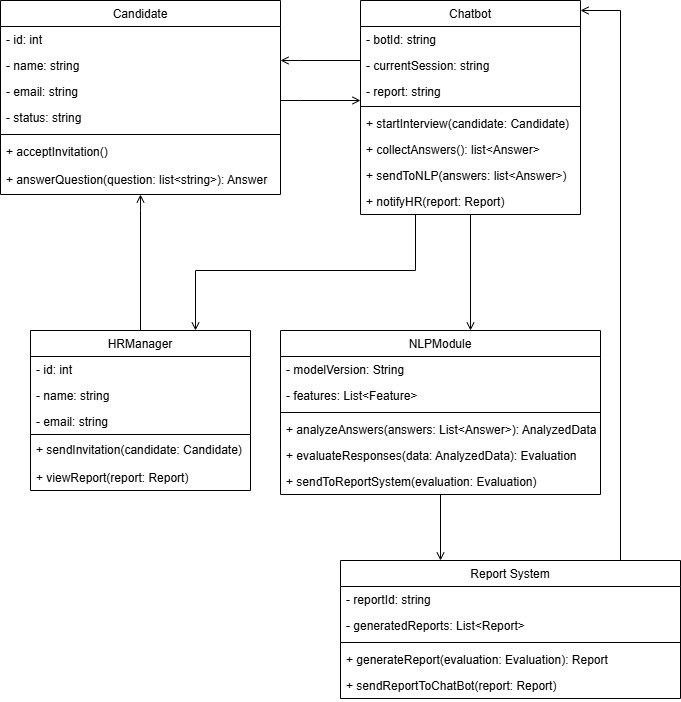
The draw.io diagram Диаграмма классов.drawio.png in Evgeny-Yakovlev73/Diagramms, before a commit. Source tidied: cells renumbered, new cells last; positions are measured from the earlier drawing's top-left corner, leaving out a move shared by most shapes.
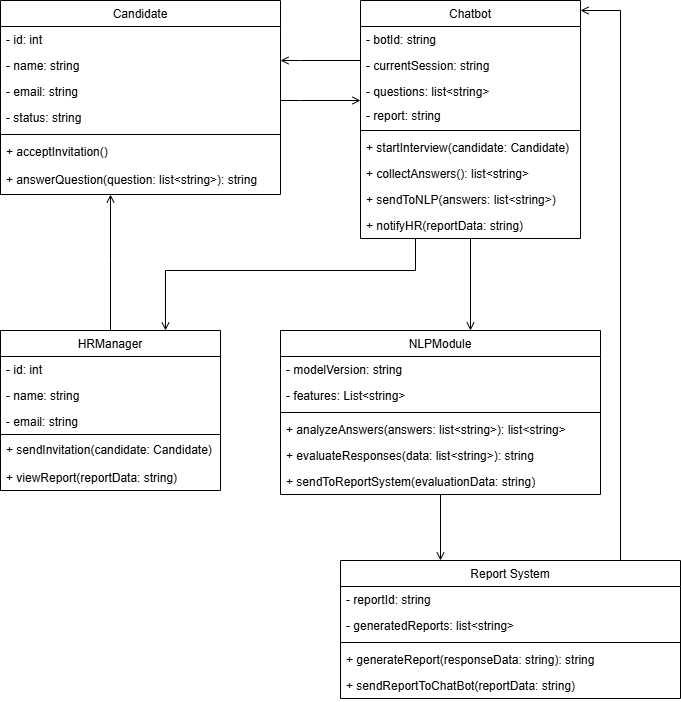
The same diagram one commit later.

The edit, as a diff of the source:
```diff
@@ -23,7 +23,7 @@
     <mxCell id="8" value="+ acceptInvitation()" style="text;align=left;verticalAlign=top;spacingLeft=4;spacingRight=4;overflow=hidden;" parent="2" vertex="1">
       <mxGeometry y="138" width="280" height="28" as="geometry" />
     </mxCell>
-    <mxCell id="9" value="+ answerQuestion(question: list&lt;string&gt;): Answer" style="text;align=left;verticalAlign=top;spacingLeft=4;spacingRight=4;overflow=hidden;" parent="2" vertex="1">
+    <mxCell id="9" value="+ answerQuestion(question: list&lt;string&gt;): string" style="text;align=left;verticalAlign=top;spacingLeft=4;spacingRight=4;overflow=hidden;" parent="2" vertex="1">
       <mxGeometry y="166" width="280" height="28" as="geometry" />
     </mxCell>
     <mxCell id="10" value="Report System" style="swimlane;fontStyle=0;align=center;verticalAlign=top;horizontal=1;startSize=26;rounded=0;shadow=0;strokeWidth=1;" parent="1" vertex="1">
@@ -32,20 +32,20 @@
     <mxCell id="11" value="- reportId: string" style="text;align=left;verticalAlign=top;spacingLeft=4;spacingRight=4;overflow=hidden;" parent="10" vertex="1">
       <mxGeometry y="26" width="340" height="26" as="geometry" />
     </mxCell>
-    <mxCell id="12" value="- generatedReports: List&lt;Report&gt;" style="text;align=left;verticalAlign=top;spacingLeft=4;spacingRight=4;overflow=hidden;" parent="10" vertex="1">
+    <mxCell id="12" value="- generatedReports: list&lt;string&gt;" style="text;align=left;verticalAlign=top;spacingLeft=4;spacingRight=4;overflow=hidden;" parent="10" vertex="1">
       <mxGeometry y="52" width="340" height="26" as="geometry" />
     </mxCell>
     <mxCell id="13" style="line;html=1;strokeWidth=1;align=left;verticalAlign=middle;spacingTop=-1;spacingLeft=3;spacingRight=3;labelPosition=right;" parent="10" vertex="1">
       <mxGeometry y="78" width="340" height="8" as="geometry" />
     </mxCell>
-    <mxCell id="14" value="+ generateReport(evaluation: Evaluation): Report" style="text;align=left;verticalAlign=top;spacingLeft=4;spacingRight=4;overflow=hidden;fontStyle=0;" parent="10" vertex="1">
+    <mxCell id="14" value="+ generateReport(responseData: string): string" style="text;align=left;verticalAlign=top;spacingLeft=4;spacingRight=4;overflow=hidden;fontStyle=0;" parent="10" vertex="1">
       <mxGeometry y="86" width="340" height="26" as="geometry" />
     </mxCell>
-    <mxCell id="15" value="+ sendReportToChatBot(report: Report)" style="text;align=left;verticalAlign=top;spacingLeft=4;spacingRight=4;overflow=hidden;" parent="10" vertex="1">
+    <mxCell id="15" value="+ sendReportToChatBot(reportData: string)" style="text;align=left;verticalAlign=top;spacingLeft=4;spacingRight=4;overflow=hidden;" parent="10" vertex="1">
       <mxGeometry y="112" width="340" height="26" as="geometry" />
     </mxCell>
     <mxCell id="16" value="Chatbot" style="swimlane;fontStyle=0;align=center;verticalAlign=top;horizontal=1;startSize=26;rounded=0;shadow=0;strokeWidth=1;" parent="1" vertex="1">
-      <mxGeometry x="360" width="220" height="214" as="geometry" />
+      <mxGeometry x="360" width="220" height="238" as="geometry" />
     </mxCell>
     <mxCell id="17" value="- botId: string" style="text;align=left;verticalAlign=top;spacingLeft=4;spacingRight=4;overflow=hidden;" parent="16" vertex="1">
       <mxGeometry y="26" width="220" height="26" as="geometry" />
@@ -53,23 +53,26 @@
     <mxCell id="18" value="- currentSession: string" style="text;align=left;verticalAlign=top;spacingLeft=4;spacingRight=4;overflow=hidden;labelBackgroundColor=none;" parent="16" vertex="1">
       <mxGeometry y="52" width="220" height="26" as="geometry" />
     </mxCell>
+    <mxCell id="46" value="- questions: list&lt;string&gt;" style="text;align=left;verticalAlign=top;spacingLeft=4;spacingRight=4;overflow=hidden;rounded=0;shadow=0;html=0;" parent="16" vertex="1">
+      <mxGeometry y="78" width="220" height="24" as="geometry" />
+    </mxCell>
     <mxCell id="19" value="- report: string" style="text;align=left;verticalAlign=top;spacingLeft=4;spacingRight=4;overflow=hidden;rounded=0;shadow=0;html=0;" parent="16" vertex="1">
-      <mxGeometry y="78" width="220" height="24" as="geometry" />
+      <mxGeometry y="102" width="220" height="24" as="geometry" />
     </mxCell>
     <mxCell id="20" style="line;html=1;strokeWidth=1;align=left;verticalAlign=middle;spacingTop=-1;spacingLeft=3;spacingRight=3;labelPosition=right;" parent="16" vertex="1">
-      <mxGeometry y="102" width="220" height="8" as="geometry" />
+      <mxGeometry y="126" width="220" height="8" as="geometry" />
     </mxCell>
     <mxCell id="21" value="+ startInterview(candidate: Candidate)" style="text;align=left;verticalAlign=top;spacingLeft=4;spacingRight=4;overflow=hidden;" parent="16" vertex="1">
-      <mxGeometry y="110" width="220" height="26" as="geometry" />
+      <mxGeometry y="134" width="220" height="26" as="geometry" />
     </mxCell>
-    <mxCell id="22" value="+ collectAnswers(): list&lt;Answer&gt;" style="text;align=left;verticalAlign=top;spacingLeft=4;spacingRight=4;overflow=hidden;" parent="16" vertex="1">
-      <mxGeometry y="136" width="220" height="26" as="geometry" />
+    <mxCell id="22" value="+ collectAnswers(): list&lt;string&gt;" style="text;align=left;verticalAlign=top;spacingLeft=4;spacingRight=4;overflow=hidden;" parent="16" vertex="1">
+      <mxGeometry y="160" width="220" height="26" as="geometry" />
     </mxCell>
-    <mxCell id="23" value="+ sendToNLP(answers: list&lt;Answer&gt;)" style="text;align=left;verticalAlign=top;spacingLeft=4;spacingRight=4;overflow=hidden;rounded=0;shadow=0;html=0;" parent="16" vertex="1">
-      <mxGeometry y="162" width="220" height="26" as="geometry" />
+    <mxCell id="23" value="+ sendToNLP(answers: list&lt;string&gt;)" style="text;align=left;verticalAlign=top;spacingLeft=4;spacingRight=4;overflow=hidden;rounded=0;shadow=0;html=0;" parent="16" vertex="1">
+      <mxGeometry y="186" width="220" height="26" as="geometry" />
     </mxCell>
-    <mxCell id="24" value="+ notifyHR(report: Report)" style="text;align=left;verticalAlign=top;spacingLeft=4;spacingRight=4;overflow=hidden;rounded=0;shadow=0;html=0;" parent="16" vertex="1">
-      <mxGeometry y="188" width="220" height="26" as="geometry" />
+    <mxCell id="24" value="+ notifyHR(reportData: string)" style="text;align=left;verticalAlign=top;spacingLeft=4;spacingRight=4;overflow=hidden;rounded=0;shadow=0;html=0;" parent="16" vertex="1">
+      <mxGeometry y="212" width="220" height="26" as="geometry" />
     </mxCell>
     <mxCell id="25" style="endArrow=open;shadow=0;strokeWidth=1;rounded=0;curved=0;endFill=1;edgeStyle=elbowEdgeStyle;elbow=vertical;" parent="1" edge="1" source="2" target="16">
       <mxGeometry x="0.5" y="41" relative="1" as="geometry">
@@ -82,22 +85,22 @@
     <mxCell id="26" value="NLPModule" style="swimlane;fontStyle=0;align=center;verticalAlign=top;horizontal=1;startSize=26;rounded=0;shadow=0;strokeWidth=1;" parent="1" vertex="1">
       <mxGeometry x="280" y="330" width="320" height="164" as="geometry" />
     </mxCell>
-    <mxCell id="27" value="- modelVersion: String" style="text;align=left;verticalAlign=top;spacingLeft=4;spacingRight=4;overflow=hidden;fontColor=#000000;" parent="26" vertex="1">
+    <mxCell id="27" value="- modelVersion: string" style="text;align=left;verticalAlign=top;spacingLeft=4;spacingRight=4;overflow=hidden;fontColor=#000000;" parent="26" vertex="1">
       <mxGeometry y="26" width="320" height="26" as="geometry" />
     </mxCell>
-    <mxCell id="28" value="- features: List&lt;Feature&gt;" style="text;align=left;verticalAlign=top;spacingLeft=4;spacingRight=4;overflow=hidden;fontColor=#000000;" parent="26" vertex="1">
+    <mxCell id="28" value="- features: List&lt;string&gt;" style="text;align=left;verticalAlign=top;spacingLeft=4;spacingRight=4;overflow=hidden;fontColor=#000000;" parent="26" vertex="1">
       <mxGeometry y="52" width="320" height="26" as="geometry" />
     </mxCell>
     <mxCell id="29" style="line;html=1;strokeWidth=1;align=left;verticalAlign=middle;spacingTop=-1;spacingLeft=3;spacingRight=3;labelPosition=right;" parent="26" vertex="1">
       <mxGeometry y="78" width="320" height="8" as="geometry" />
     </mxCell>
-    <mxCell id="30" value="+ analyzeAnswers(answers: List&lt;Answer&gt;): AnalyzedData" style="text;align=left;verticalAlign=top;spacingLeft=4;spacingRight=4;overflow=hidden;" parent="26" vertex="1">
+    <mxCell id="30" value="+ analyzeAnswers(answers: list&lt;string&gt;): list&lt;string&gt;" style="text;align=left;verticalAlign=top;spacingLeft=4;spacingRight=4;overflow=hidden;" parent="26" vertex="1">
       <mxGeometry y="86" width="320" height="26" as="geometry" />
     </mxCell>
-    <mxCell id="31" value="+ evaluateResponses(data: AnalyzedData): Evaluation" style="text;align=left;verticalAlign=top;spacingLeft=4;spacingRight=4;overflow=hidden;rounded=0;shadow=0;html=0;" parent="26" vertex="1">
+    <mxCell id="31" value="+ evaluateResponses(data: list&lt;string&gt;): string" style="text;align=left;verticalAlign=top;spacingLeft=4;spacingRight=4;overflow=hidden;rounded=0;shadow=0;html=0;" parent="26" vertex="1">
       <mxGeometry y="112" width="320" height="26" as="geometry" />
     </mxCell>
-    <mxCell id="32" value="+ sendToReportSystem(evaluation: Evaluation)" style="text;align=left;verticalAlign=top;spacingLeft=4;spacingRight=4;overflow=hidden;rounded=0;shadow=0;html=0;" parent="26" vertex="1">
+    <mxCell id="32" value="+ sendToReportSystem(evaluationData: string)" style="text;align=left;verticalAlign=top;spacingLeft=4;spacingRight=4;overflow=hidden;rounded=0;shadow=0;html=0;" parent="26" vertex="1">
       <mxGeometry y="138" width="320" height="26" as="geometry" />
     </mxCell>
     <mxCell id="33" style="endArrow=open;shadow=0;strokeWidth=1;rounded=0;curved=0;endFill=1;edgeStyle=elbowEdgeStyle;elbow=vertical;" parent="1" edge="1" source="16" target="26">
@@ -117,7 +120,7 @@
       </mxGeometry>
     </mxCell>
     <mxCell id="35" value="HRManager" style="swimlane;fontStyle=0;align=center;verticalAlign=top;horizontal=1;startSize=26;rounded=0;shadow=0;strokeWidth=1;" parent="1" vertex="1">
-      <mxGeometry x="30" y="330" width="220" height="160" as="geometry" />
+      <mxGeometry y="330" width="220" height="160" as="geometry" />
     </mxCell>
     <mxCell id="36" value="- id: int" style="text;align=left;verticalAlign=top;spacingLeft=4;spacingRight=4;overflow=hidden;" parent="35" vertex="1">
       <mxGeometry y="26" width="220" height="26" as="geometry" />
@@ -134,13 +137,13 @@
     <mxCell id="40" value="+ sendInvitation(candidate: Candidate)" style="text;align=left;verticalAlign=top;spacingLeft=4;spacingRight=4;overflow=hidden;" parent="35" vertex="1">
       <mxGeometry y="106" width="220" height="28" as="geometry" />
     </mxCell>
-    <mxCell id="41" value="+ viewReport(report: Report)" style="text;align=left;verticalAlign=top;spacingLeft=4;spacingRight=4;overflow=hidden;" parent="35" vertex="1">
+    <mxCell id="41" value="+ viewReport(reportData: string)" style="text;align=left;verticalAlign=top;spacingLeft=4;spacingRight=4;overflow=hidden;" parent="35" vertex="1">
       <mxGeometry y="134" width="220" height="26" as="geometry" />
     </mxCell>
     <mxCell id="42" style="endArrow=open;shadow=0;strokeWidth=1;rounded=0;curved=0;endFill=1;edgeStyle=elbowEdgeStyle;elbow=vertical;" parent="1" edge="1" source="35" target="2">
       <mxGeometry x="0.5" y="41" relative="1" as="geometry">
         <Array as="points">
-          <mxPoint x="140" y="210" />
+          <mxPoint x="110" y="260" />
         </Array>
         <mxPoint x="-40" y="32" as="offset" />
       </mxGeometry>
```
